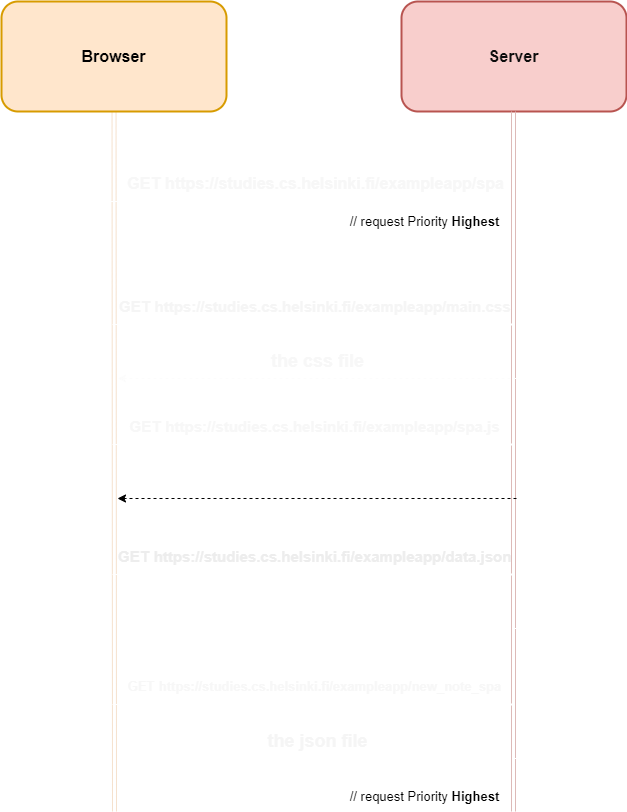
Earlier version of the draw.io export Part0/0.6.drawio.png (AHenrikes/Full-Stack). Source tidied: cells renumbered, new cells last; positions are measured from the earlier drawing's top-left corner, leaving out a move shared by most shapes.
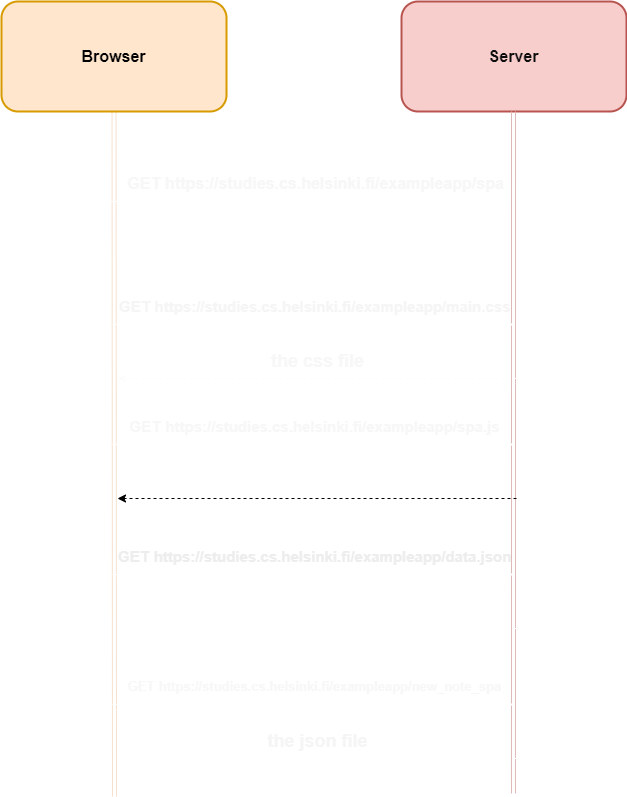
After the change.

Change to the diagram source:
```diff
@@ -9,7 +9,7 @@
     </mxCell>
     <mxCell id="3" style="edgeStyle=none;html=1;fontSize=16;fontColor=#FFFFFF;shape=link;strokeColor=#f5e1cd;" parent="1" edge="1" source="4">
       <mxGeometry relative="1" as="geometry">
-        <mxPoint x="113" y="810" as="targetPoint" />
+        <mxPoint x="113" y="795" as="targetPoint" />
       </mxGeometry>
     </mxCell>
     <mxCell id="4" value="&lt;font color=&quot;#000000&quot;&gt;Browser&lt;/font&gt;" style="rounded=1;whiteSpace=wrap;html=1;fontSize=16;strokeColor=#d79b00;fillColor=#ffe6cc;fontStyle=1;strokeWidth=2;labelBackgroundColor=none;" parent="1" vertex="1">
@@ -18,10 +18,9 @@
     <mxCell id="5" value="&lt;font color=&quot;#0d0d0d&quot;&gt;Server&lt;/font&gt;" style="rounded=1;whiteSpace=wrap;html=1;fontSize=16;strokeColor=#b85450;fillColor=#f8cecc;fontStyle=1;strokeWidth=2;" parent="1" vertex="1">
       <mxGeometry x="400" width="225" height="110" as="geometry" />
     </mxCell>
-    <mxCell id="6" style="edgeStyle=none;html=1;fontSize=16;fontColor=#FFFFFF;shape=link;strokeColor=#ddbab8;" parent="1" edge="1">
+    <mxCell id="6" style="edgeStyle=none;html=1;fontSize=16;fontColor=#FFFFFF;shape=link;strokeColor=#ddbab8;entryX=0.994;entryY=1.067;entryDx=0;entryDy=0;entryPerimeter=0;" parent="1" edge="1" target="27">
       <mxGeometry relative="1" as="geometry">
         <mxPoint x="512" y="110" as="sourcePoint" />
-        <mxPoint x="512" y="810" as="targetPoint" />
       </mxGeometry>
     </mxCell>
     <mxCell id="7" style="edgeStyle=none;html=1;fontSize=16;fontColor=#FFFFFF;strokeColor=#FFFFFF;" parent="1" edge="1">
@@ -114,11 +113,11 @@
     <mxCell id="26" value="the json file" style="text;html=1;align=center;verticalAlign=middle;strokeColor=none;fillColor=none;fontSize=18;fontColor=#F5F5F5;fontStyle=1;" parent="1" vertex="1">
       <mxGeometry x="255.5" y="720" width="120" height="40" as="geometry" />
     </mxCell>
-    <mxCell id="27" value="// request Priority &lt;b&gt;Highest&lt;/b&gt;" style="text;html=1;align=center;verticalAlign=middle;points=[];strokeColor=none;fillColor=none;fontSize=13;" parent="1" vertex="1">
-      <mxGeometry x="338" y="780" width="170" height="30" as="geometry" />
+    <mxCell id="27" value="// request Priority &lt;b&gt;Highest&lt;/b&gt;" style="text;html=1;align=center;verticalAlign=middle;points=[];strokeColor=none;fillColor=none;fontSize=13;fontColor=#FFFFFF;" parent="1" vertex="1">
+      <mxGeometry x="343" y="760" width="170" height="30" as="geometry" />
     </mxCell>
-    <mxCell id="28" value="// request Priority &lt;b&gt;Highest&lt;/b&gt;" style="text;html=1;align=center;verticalAlign=middle;strokeColor=none;fillColor=none;fontSize=13;" parent="1" vertex="1">
-      <mxGeometry x="338" y="205" width="170" height="30" as="geometry" />
+    <mxCell id="28" value="// request Priority &lt;b&gt;Highest&lt;/b&gt;" style="text;html=1;align=center;verticalAlign=middle;strokeColor=none;fillColor=none;fontSize=13;fontColor=#FFFFFF;" parent="1" vertex="1">
+      <mxGeometry x="338" y="197" width="170" height="30" as="geometry" />
     </mxCell>
   </root>
 </mxGraphModel>
```
